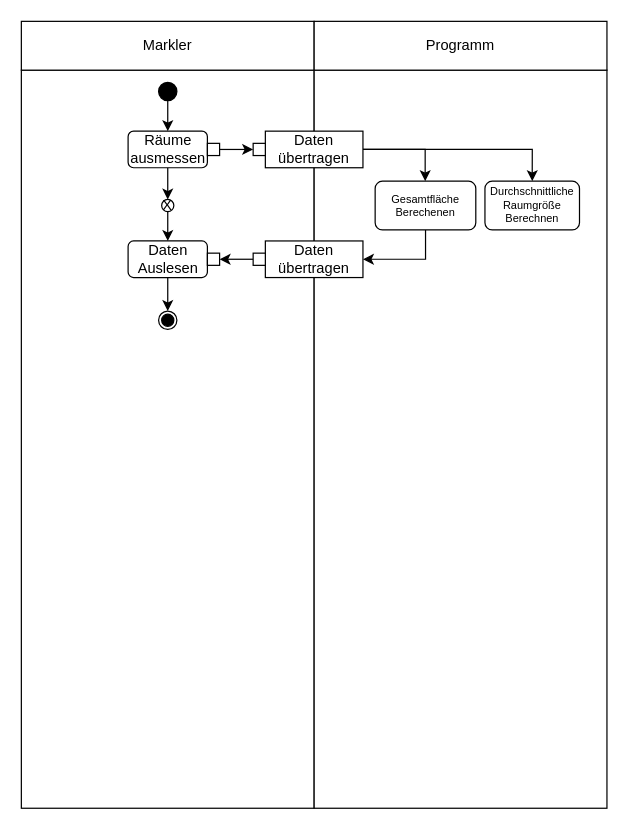
MilanHoesls/draw.io keeps this draw.io diagram as Aktivitätsdiagramm.drawio. Above is the earlier version. Source tidied: cells renumbered, new cells numbered last; positions are measured from the earlier drawing's top-left corner, leaving out a move shared by most shapes. Both pictures are drawn from the tidied source at 122%, with x=0, y=0 at pixel (-203, 21).
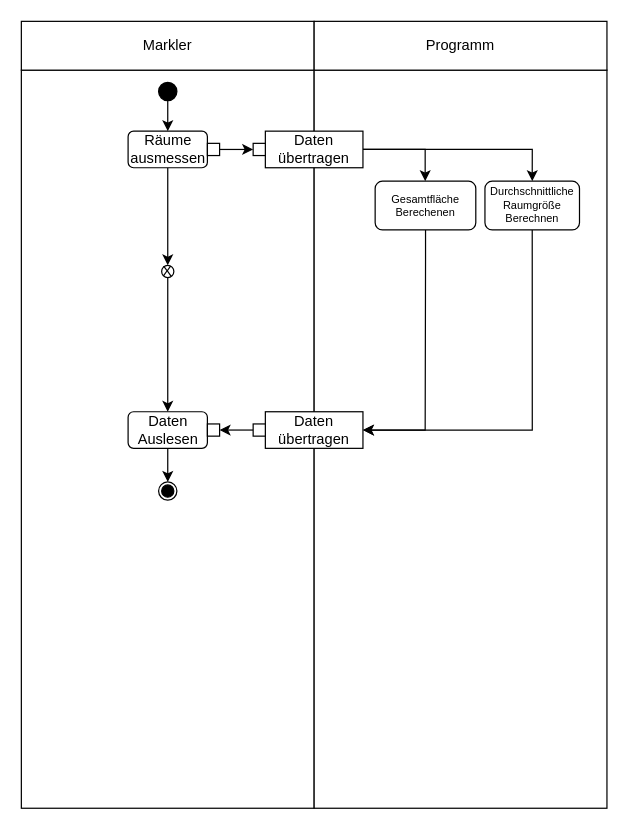
Above is the later version.

Unchanged cells that the change refers to:
```xml
<mxCell id="26" value="Gesamtfläche Berechenen" style="rounded=1;whiteSpace=wrap;html=1;fontSize=9;" parent="1" vertex="1">
  <mxGeometry x="473" y="131" width="82.5" height="40" as="geometry" />
</mxCell>
<mxCell id="27" value="Durchschnittliche Raumgröße Berechnen" style="rounded=1;whiteSpace=wrap;html=1;fontSize=9;" parent="1" vertex="1">
  <mxGeometry x="563" y="131" width="77.5" height="40" as="geometry" />
</mxCell>
```

The edit, as a diff of the source:
```diff
@@
     <mxCell id="17" value="Daten übertragen" style="rounded=0;whiteSpace=wrap;html=1;" parent="1" vertex="1">
-      <mxGeometry x="383" y="180" width="80" height="30" as="geometry" />
+      <mxGeometry x="383" y="320" width="80" height="30" as="geometry" />
     </mxCell>
@@
     <mxCell id="19" value="Daten Auslesen" style="rounded=1;whiteSpace=wrap;html=1;" parent="1" vertex="1">
-      <mxGeometry x="270.5" y="180" width="65" height="30" as="geometry" />
+      <mxGeometry x="270.5" y="320" width="65" height="30" as="geometry" />
     </mxCell>
@@
     <mxCell id="21" style="rounded=0;whiteSpace=wrap;html=1;" parent="1" vertex="1">
-      <mxGeometry x="373" y="190" width="10" height="10" as="geometry" />
+      <mxGeometry x="373" y="330" width="10" height="10" as="geometry" />
     </mxCell>
     <mxCell id="22" style="rounded=0;whiteSpace=wrap;html=1;" parent="1" vertex="1">
-      <mxGeometry x="335.5" y="190" width="10" height="10" as="geometry" />
+      <mxGeometry x="335.5" y="330" width="10" height="10" as="geometry" />
     </mxCell>
@@
     <mxCell id="24" value="X" style="ellipse;whiteSpace=wrap;html=1;labelBackgroundColor=none;fillColor=#FFFFFF;" parent="1" vertex="1">
-      <mxGeometry x="298" y="146" width="10" height="10" as="geometry" />
+      <mxGeometry x="298" y="200" width="10" height="10" as="geometry" />
     </mxCell>
     <mxCell id="25" style="edgeStyle=orthogonalEdgeStyle;rounded=0;jettySize=auto;html=1;entryX=1;entryY=0.5;entryDx=0;entryDy=0;" parent="1" edge="1" source="26" target="17">
       <mxGeometry relative="1" as="geometry">
         <Array as="points">
           <mxPoint x="514" y="195" />
+          <mxPoint x="514" y="335" />
         </Array>
       </mxGeometry>
     </mxCell>
@@
+    <mxCell id="30" style="edgeStyle=orthogonalEdgeStyle;rounded=0;jettySize=auto;html=1;exitX=0.5;exitY=1;exitDx=0;exitDy=0;entryX=1;entryY=0.5;entryDx=0;entryDy=0;" parent="1" edge="1" source="27" target="17">
+      <mxGeometry relative="1" as="geometry" />
+    </mxCell>
@@
     <mxCell id="28" style="ellipse;whiteSpace=wrap;html=1;labelBackgroundColor=default;fillColor=none;" parent="1" vertex="1">
-      <mxGeometry x="295.5" y="237.5" width="15" height="15" as="geometry" />
+      <mxGeometry x="295.5" y="377.5" width="15" height="15" as="geometry" />
     </mxCell>
     <mxCell id="29" style="ellipse;whiteSpace=wrap;html=1;labelBackgroundColor=#000000;fillColor=#000000;" parent="1" vertex="1">
-      <mxGeometry x="298" y="240" width="10" height="10" as="geometry" />
+      <mxGeometry x="298" y="380" width="10" height="10" as="geometry" />
     </mxCell>
```
